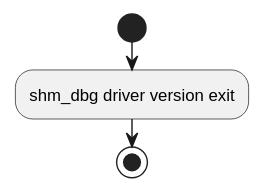
This is c1_sdd_linux-ipcs/cursor_tmp/flow_svgs/linux_6_3_11_shm_mod_exit.svg from Mastang1/sad_sdd_proj, a PlantUML export, as it was before one commit.
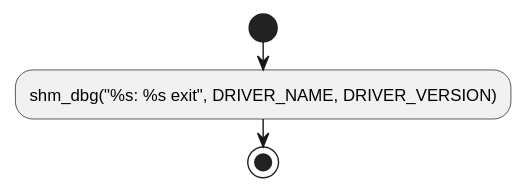
After the change.

Change to the diagram source:
```diff
@@ -3,6 +3,6 @@
 skinparam conditionStyle insideDiamond
 skinparam linetype ortho
 start
-:shm_dbg driver version exit;
+:shm_dbg("%s: %s exit", DRIVER_NAME, DRIVER_VERSION);
 stop
 @enduml
```
